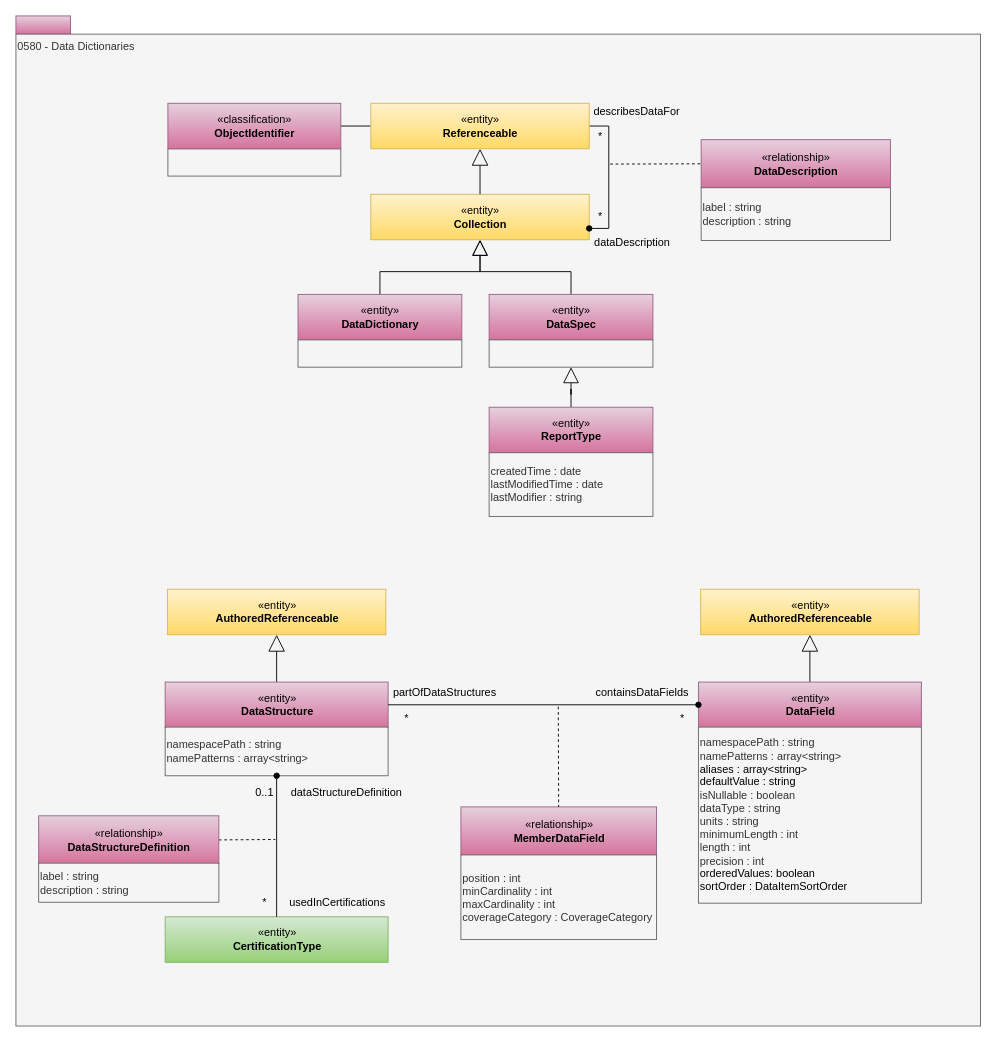
odpi/egeria-docs keeps this draw.io diagram as page "0580-Data-Dictionaries" (31 of 33) of site/docs/types/5/area-5-models-and-schema.drawio. Above is the earlier version. Source tidied: cells renumbered, new cells numbered last; positions are measured from the earlier drawing's top-left corner, leaving out a move shared by most shapes. Both pictures are drawn from the tidied source at 91%, with x=0, y=0 at pixel (15, 15).
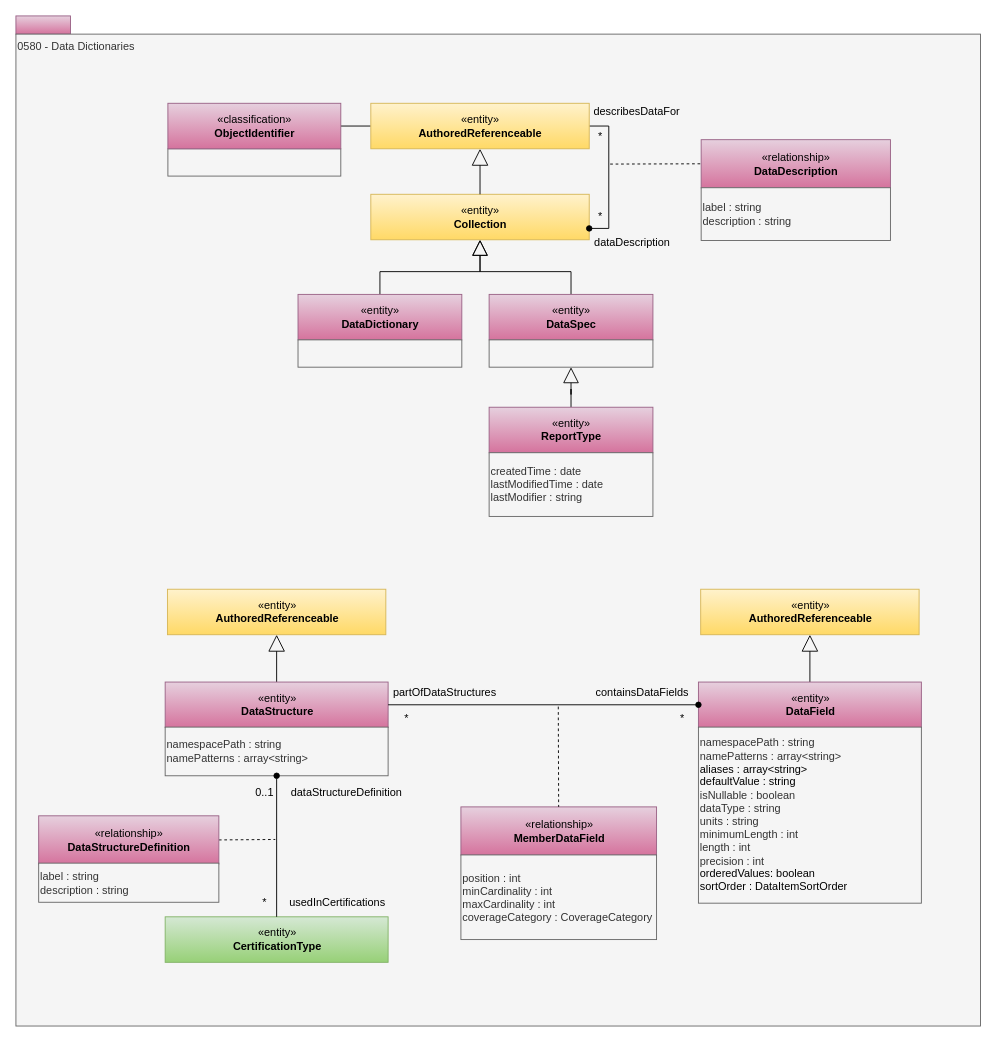
After the change.

Change to the diagram source:
```diff
@@
-    <mxCell id="46" value="«entity»&lt;br&gt;&lt;b&gt;Referenceable&lt;/b&gt;" style="html=1;strokeColor=#d6b656;align=center;fillColor=#fff2cc;gradientColor=#ffd966;" parent="1" vertex="1">
+    <mxCell id="46" value="«entity»&lt;br&gt;&lt;b&gt;AuthoredReferenceable&lt;/b&gt;" style="html=1;strokeColor=#d6b656;align=center;fillColor=#fff2cc;gradientColor=#ffd966;" parent="1" vertex="1">
       <mxGeometry x="390" y="96" width="240" height="50" as="geometry" />
     </mxCell>
```
